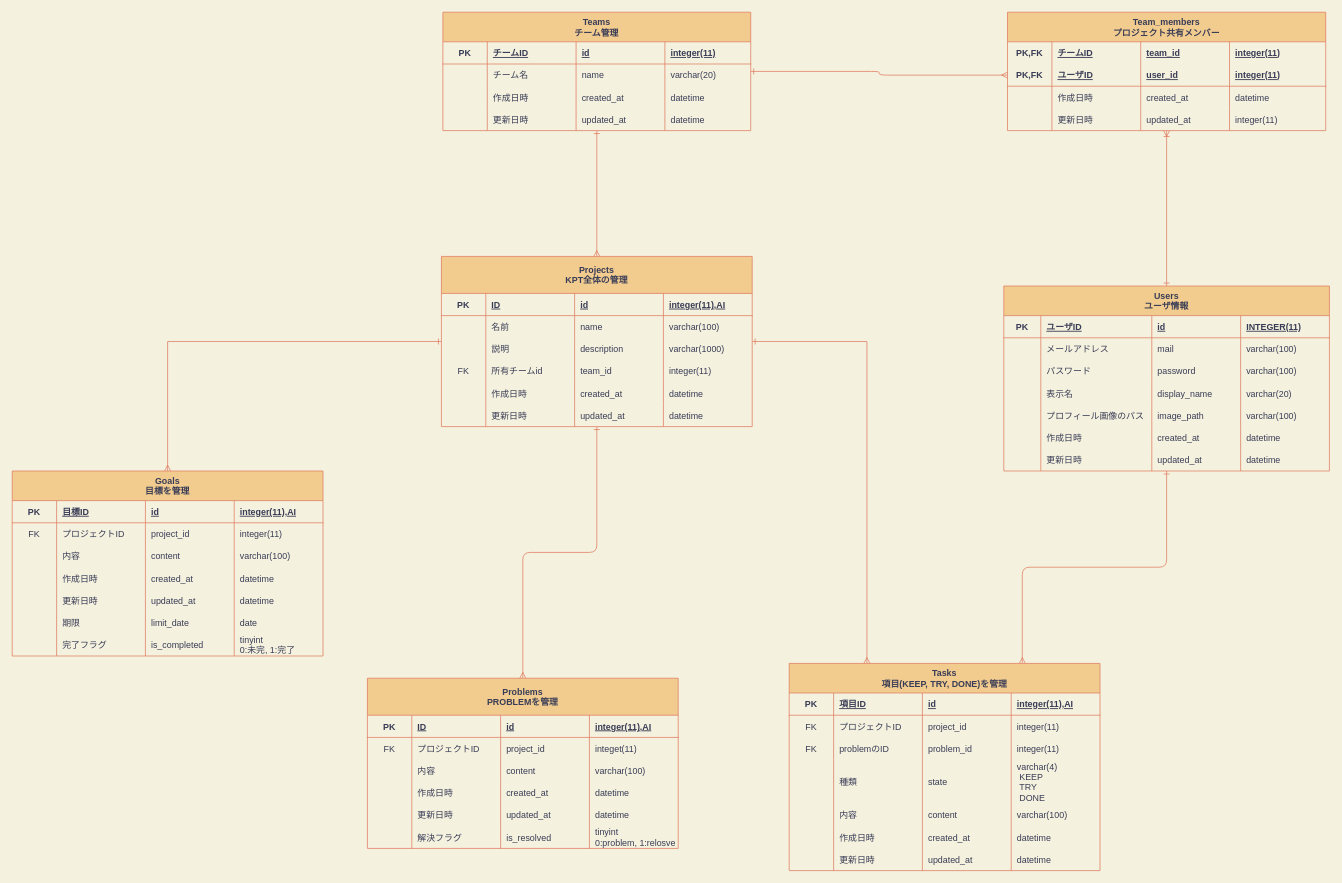
Earlier version of the draw.io diagram database_er_diagram.drawio (nanas773/kpt-design). Source tidied: cells renumbered, new cells numbered last; positions are measured from the earlier drawing's top-left corner, leaving out a move shared by most shapes. Both pictures are drawn from the tidied source at 74%, with x=0, y=0 at pixel (12, 12).
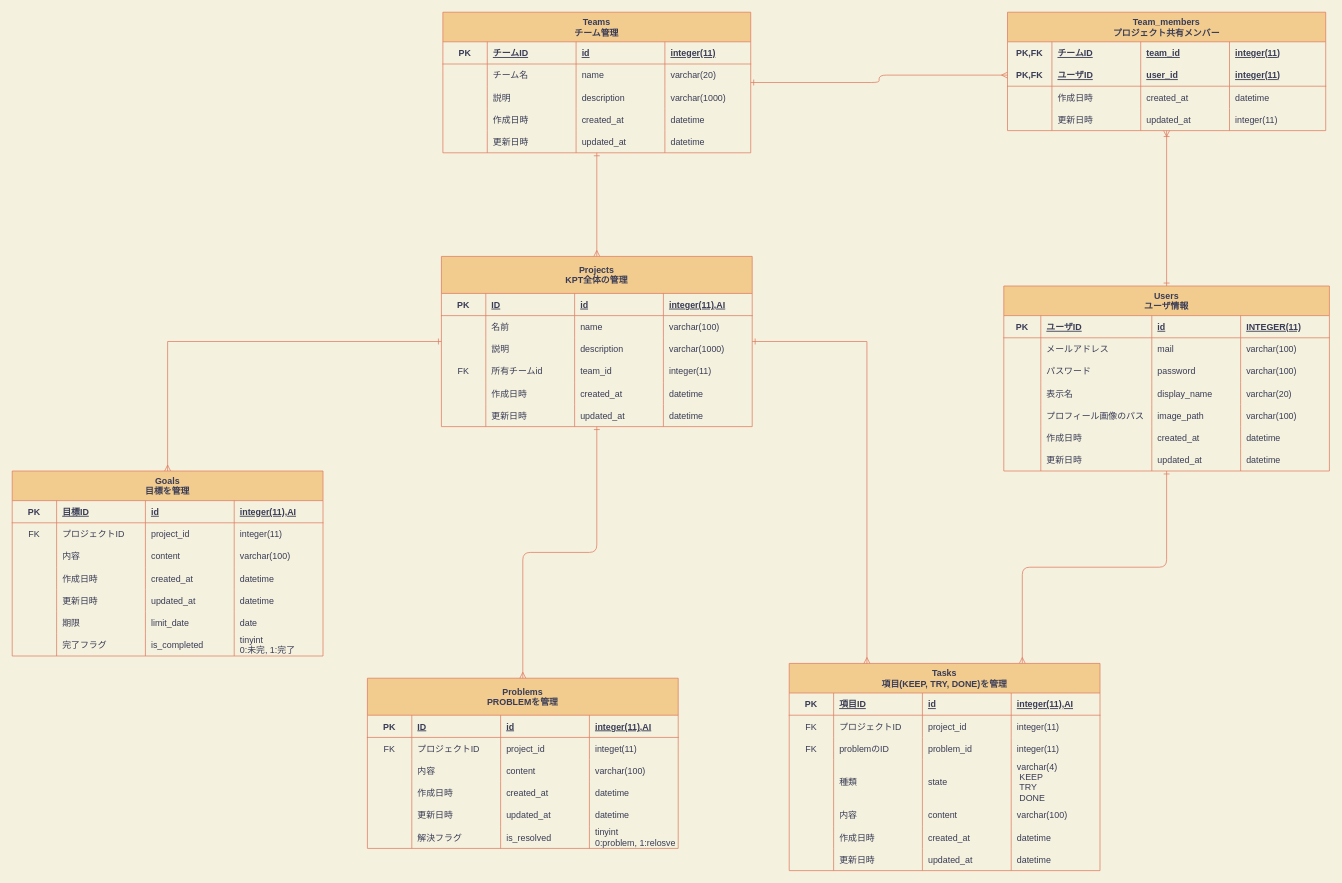
After the change.

Commit message:
Add: teamsテーブルにdescriptionカラム追加

Diff of the diagram source:
```diff
@@
     <mxCell id="42" value="Teams&#10;チーム管理" style="shape=table;startSize=40;childLayout=tableLayout;rowLines=0;fontStyle=1;align=center;rounded=0;sketch=0;strokeColor=#E07A5F;fillColor=#F2CC8F;fontColor=#393C56;" parent="1" vertex="1">
-      <mxGeometry x="582" width="416" height="160" as="geometry" />
+      <mxGeometry x="582" width="416" height="190" as="geometry" />
     </mxCell>
@@
+    <mxCell id="228" style="shape=partialRectangle;fillColor=none;top=0;left=0;bottom=0;right=0;strokeColor=#E07A5F;fontColor=#393C56;" parent="42" vertex="1">
+      <mxGeometry y="100" width="416" height="30" as="geometry" />
+    </mxCell>
+    <mxCell id="229" style="shape=partialRectangle;fillColor=none;top=0;left=0;bottom=0;right=0;overflow=hidden;strokeColor=#E07A5F;fontColor=#393C56;" parent="228" vertex="1">
+      <mxGeometry width="60" height="30" as="geometry" />
+    </mxCell>
+    <mxCell id="230" value="説明" style="shape=partialRectangle;fillColor=none;top=0;left=0;bottom=0;right=0;align=left;spacingLeft=6;overflow=hidden;strokeColor=#E07A5F;fontColor=#393C56;" parent="228" vertex="1">
+      <mxGeometry x="60" width="120" height="30" as="geometry" />
+    </mxCell>
+    <mxCell id="231" value="description" style="shape=partialRectangle;fillColor=none;top=0;left=0;bottom=0;right=0;align=left;spacingLeft=6;overflow=hidden;strokeColor=#E07A5F;fontColor=#393C56;" parent="228" vertex="1">
+      <mxGeometry x="180" width="120" height="30" as="geometry" />
+    </mxCell>
+    <mxCell id="232" value="varchar(1000)" style="shape=partialRectangle;fillColor=none;top=0;left=0;bottom=0;right=0;align=left;spacingLeft=6;overflow=hidden;strokeColor=#E07A5F;fontColor=#393C56;" parent="228" vertex="1">
+      <mxGeometry x="300" width="116" height="30" as="geometry" />
+    </mxCell>
     <mxCell id="53" style="shape=partialRectangle;fillColor=none;top=0;left=0;bottom=0;right=0;strokeColor=#E07A5F;fontColor=#393C56;" parent="42" vertex="1">
-      <mxGeometry y="100" width="416" height="30" as="geometry" />
+      <mxGeometry y="130" width="416" height="30" as="geometry" />
     </mxCell>
@@
     <mxCell id="58" style="shape=partialRectangle;fillColor=none;top=0;left=0;bottom=0;right=0;strokeColor=#E07A5F;fontColor=#393C56;" parent="42" vertex="1">
-      <mxGeometry y="130" width="416" height="30" as="geometry" />
+      <mxGeometry y="160" width="416" height="30" as="geometry" />
     </mxCell>
```
